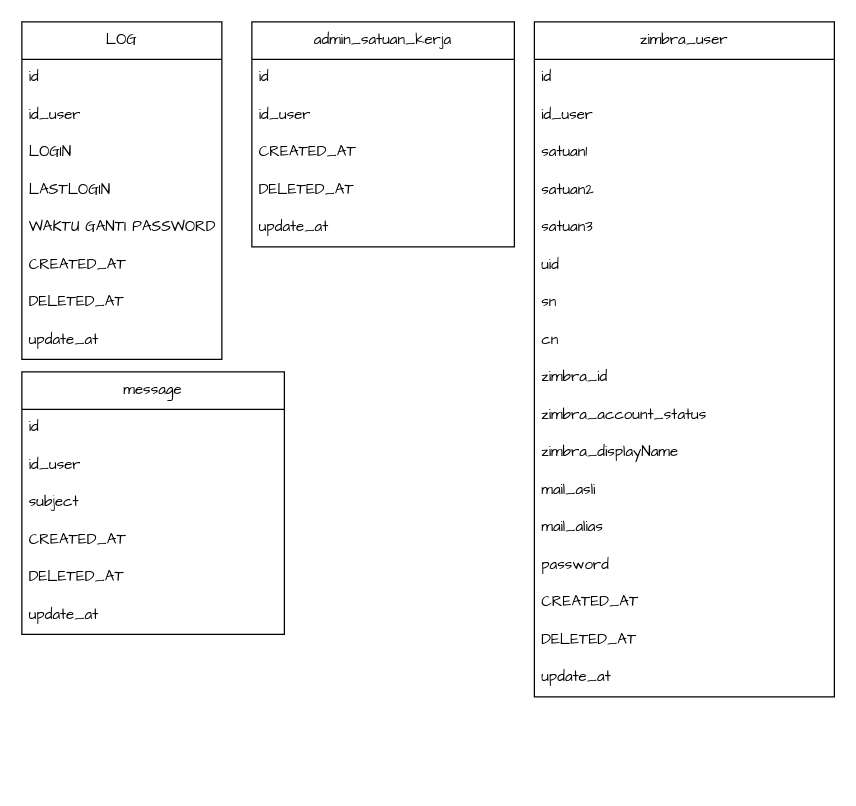
This is page "table" (7 of 7) of admin_polri.drawio from fsdio/draw.io.dev, a draw.io file, before an edit. Source tidied: cells renumbered, new cells numbered last; positions are measured from the earlier drawing's top-left corner, leaving out a move shared by most shapes. Both pictures are drawn from the tidied source at 125%, with x=0, y=0 at pixel (21, 21).
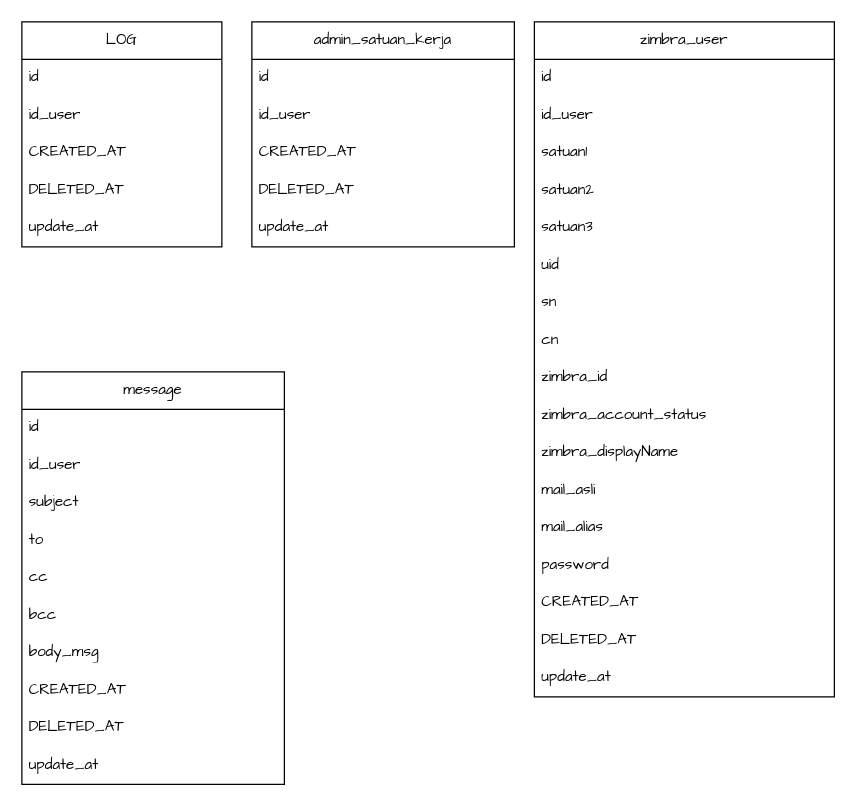
Above is the later version.

What changed in the source:
```diff
@@
     <mxCell id="26" value="LOG" style="swimlane;fontStyle=0;horizontal=1;startSize=30;whiteSpace=wrap;html=1;hachureGap=4;fontFamily=Architects Daughter;" parent="1" vertex="1">
-      <mxGeometry width="160" height="270" as="geometry" />
+      <mxGeometry width="160" height="180" as="geometry" />
     </mxCell>
@@
-    <mxCell id="29" value="LOGIN" style="text;strokeColor=none;fillColor=none;align=left;verticalAlign=middle;spacingLeft=4;spacingRight=4;overflow=hidden;whiteSpace=wrap;html=1;fontFamily=Architects Daughter;" parent="26" vertex="1">
-      <mxGeometry y="90" width="160" height="30" as="geometry" />
-    </mxCell>
-    <mxCell id="30" value="LASTLOGIN" style="text;strokeColor=none;fillColor=none;align=left;verticalAlign=middle;spacingLeft=4;spacingRight=4;overflow=hidden;whiteSpace=wrap;html=1;fontFamily=Architects Daughter;" parent="26" vertex="1">
-      <mxGeometry y="120" width="160" height="30" as="geometry" />
-    </mxCell>
-    <mxCell id="31" value="WAKTU GANTI PASSWORD" style="text;strokeColor=none;fillColor=none;align=left;verticalAlign=middle;spacingLeft=4;spacingRight=4;overflow=hidden;whiteSpace=wrap;html=1;fontFamily=Architects Daughter;" parent="26" vertex="1">
-      <mxGeometry y="150" width="160" height="30" as="geometry" />
-    </mxCell>
     <mxCell id="32" value="CREATED_AT" style="text;strokeColor=none;fillColor=none;align=left;verticalAlign=middle;spacingLeft=4;spacingRight=4;overflow=hidden;whiteSpace=wrap;html=1;fontFamily=Architects Daughter;" parent="26" vertex="1">
-      <mxGeometry y="180" width="160" height="30" as="geometry" />
+      <mxGeometry y="90" width="160" height="30" as="geometry" />
     </mxCell>
     <mxCell id="33" value="DELETED_AT" style="text;strokeColor=none;fillColor=none;align=left;verticalAlign=middle;spacingLeft=4;spacingRight=4;overflow=hidden;whiteSpace=wrap;html=1;fontFamily=Architects Daughter;" parent="26" vertex="1">
-      <mxGeometry y="210" width="160" height="30" as="geometry" />
+      <mxGeometry y="120" width="160" height="30" as="geometry" />
     </mxCell>
     <mxCell id="34" value="update_at" style="text;strokeColor=none;fillColor=none;align=left;verticalAlign=middle;spacingLeft=4;spacingRight=4;overflow=hidden;whiteSpace=wrap;html=1;fontFamily=Architects Daughter;" parent="26" vertex="1">
-      <mxGeometry y="240" width="160" height="30" as="geometry" />
+      <mxGeometry y="150" width="160" height="30" as="geometry" />
     </mxCell>
     <mxCell id="35" value="message" style="swimlane;fontStyle=0;horizontal=1;startSize=30;whiteSpace=wrap;html=1;hachureGap=4;fontFamily=Architects Daughter;" parent="1" vertex="1">
-      <mxGeometry y="280" width="210" height="210" as="geometry" />
+      <mxGeometry y="280" width="210" height="330" as="geometry" />
     </mxCell>
@@
+    <mxCell id="42" value="to" style="text;strokeColor=none;fillColor=none;align=left;verticalAlign=middle;spacingLeft=4;spacingRight=4;overflow=hidden;whiteSpace=wrap;html=1;fontFamily=Architects Daughter;" parent="35" vertex="1">
+      <mxGeometry y="120" width="210" height="30" as="geometry" />
+    </mxCell>
+    <mxCell id="43" value="cc" style="text;strokeColor=none;fillColor=none;align=left;verticalAlign=middle;spacingLeft=4;spacingRight=4;overflow=hidden;whiteSpace=wrap;html=1;fontFamily=Architects Daughter;" parent="35" vertex="1">
+      <mxGeometry y="150" width="210" height="30" as="geometry" />
+    </mxCell>
+    <mxCell id="44" value="bcc" style="text;strokeColor=none;fillColor=none;align=left;verticalAlign=middle;spacingLeft=4;spacingRight=4;overflow=hidden;whiteSpace=wrap;html=1;fontFamily=Architects Daughter;" parent="35" vertex="1">
+      <mxGeometry y="180" width="210" height="30" as="geometry" />
+    </mxCell>
+    <mxCell id="45" value="body_msg" style="text;strokeColor=none;fillColor=none;align=left;verticalAlign=middle;spacingLeft=4;spacingRight=4;overflow=hidden;whiteSpace=wrap;html=1;fontFamily=Architects Daughter;" parent="35" vertex="1">
+      <mxGeometry y="210" width="210" height="30" as="geometry" />
+    </mxCell>
     <mxCell id="39" value="CREATED_AT" style="text;strokeColor=none;fillColor=none;align=left;verticalAlign=middle;spacingLeft=4;spacingRight=4;overflow=hidden;whiteSpace=wrap;html=1;fontFamily=Architects Daughter;" parent="35" vertex="1">
-      <mxGeometry y="120" width="210" height="30" as="geometry" />
+      <mxGeometry y="240" width="210" height="30" as="geometry" />
     </mxCell>
     <mxCell id="40" value="DELETED_AT" style="text;strokeColor=none;fillColor=none;align=left;verticalAlign=middle;spacingLeft=4;spacingRight=4;overflow=hidden;whiteSpace=wrap;html=1;fontFamily=Architects Daughter;" parent="35" vertex="1">
-      <mxGeometry y="150" width="210" height="30" as="geometry" />
+      <mxGeometry y="270" width="210" height="30" as="geometry" />
     </mxCell>
     <mxCell id="41" value="update_at" style="text;strokeColor=none;fillColor=none;align=left;verticalAlign=middle;spacingLeft=4;spacingRight=4;overflow=hidden;whiteSpace=wrap;html=1;fontFamily=Architects Daughter;" parent="35" vertex="1">
-      <mxGeometry y="180" width="210" height="30" as="geometry" />
+      <mxGeometry y="300" width="210" height="30" as="geometry" />
     </mxCell>
```
